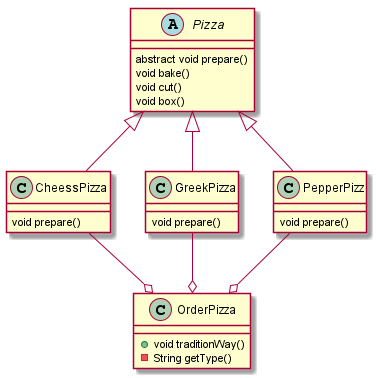
Earlier version of the PlantUML export docs/设计模式/工厂模式/img/传统方式.png (en-hui/en-hui).
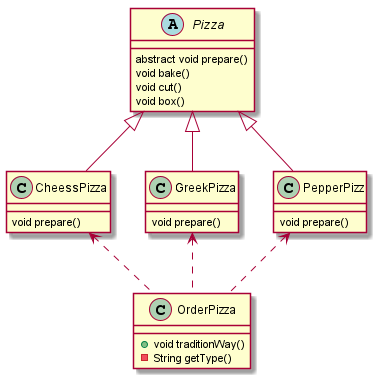
After the change.

What changed in the source:
```diff
@@ -26,8 +26,8 @@
 Pizza <|-- GreekPizza
 Pizza <|-- PepperPizz
 
-CheessPizza --o OrderPizza
-GreekPizza --o OrderPizza
-PepperPizz --o OrderPizza
+CheessPizza <.. OrderPizza
+GreekPizza <.. OrderPizza
+PepperPizz <.. OrderPizza
 
 @enduml
```
